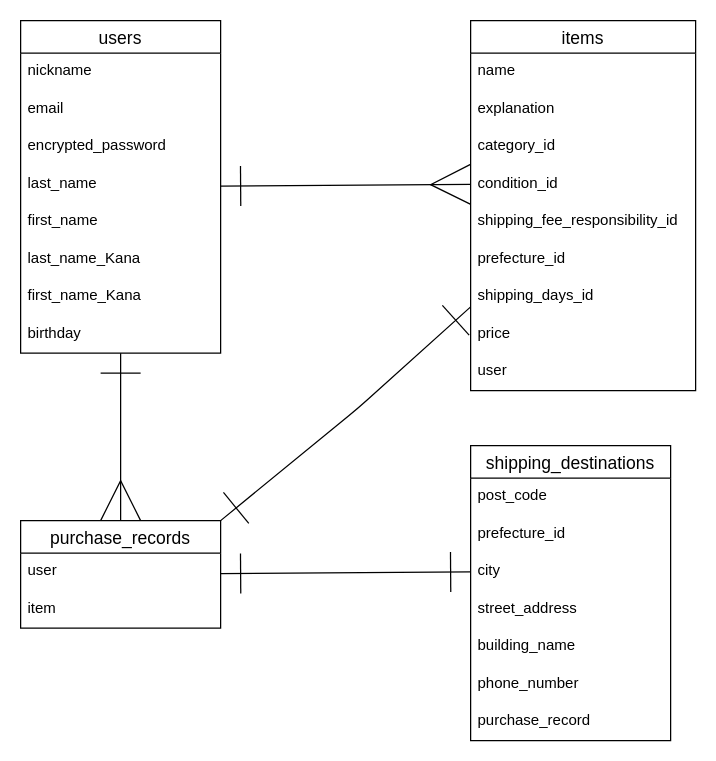
Earlier version of the draw.io diagram test.dio (kh00x10a/furima-39339). Source tidied: cells renumbered, new cells numbered last; positions are measured from the earlier drawing's top-left corner, leaving out a move shared by most shapes. Both pictures are drawn from the tidied source at 125%, with x=0, y=0 at pixel (20, 20).
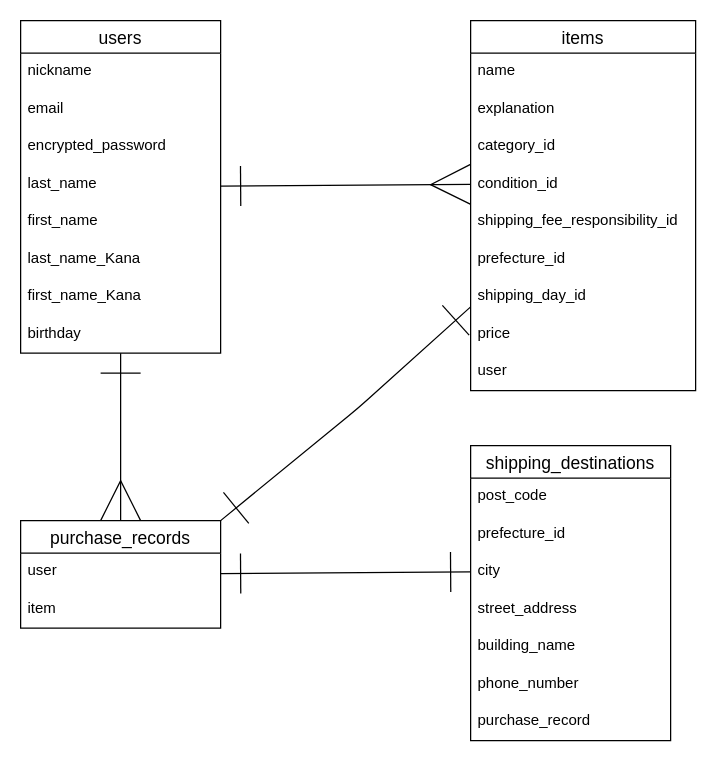
After the change.

Unchanged cells that the change refers to:
```xml
<mxCell id="14" value="items" style="swimlane;fontStyle=0;horizontal=1;startSize=26;align=center;fontSize=14;" parent="1" vertex="1">
  <mxGeometry x="360" width="180" height="296" as="geometry" />
</mxCell>
```

Change to the diagram source:
```diff
@@
-    <mxCell id="21" value="shipping_days_id" style="text;strokeColor=none;fillColor=none;spacingLeft=4;spacingRight=4;overflow=hidden;fontSize=12;" parent="14" vertex="1">
+    <mxCell id="21" value="shipping_day_id" style="text;strokeColor=none;fillColor=none;spacingLeft=4;spacingRight=4;overflow=hidden;fontSize=12;" parent="14" vertex="1">
       <mxGeometry y="206" width="180" height="30" as="geometry" />
     </mxCell>
```
